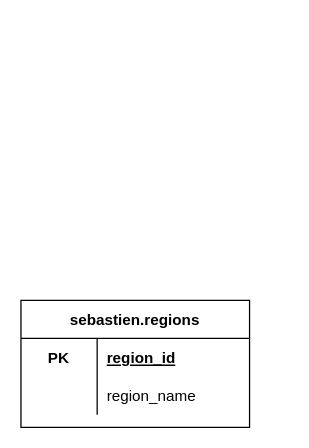
Above: New Diagram.drawio in WSQD3Chimp/Lab-7 (draw.io), before the change. Source tidied: cells renumbered, new cells numbered last; positions are measured from the earlier drawing's top-left corner, leaving out a move shared by most shapes. Both pictures are drawn from the tidied source at 127%, with x=0, y=0 at pixel (20, 300).
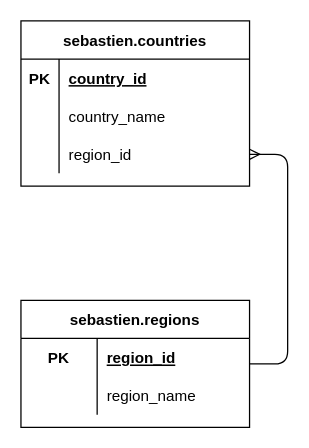
After the change.

Commit message:
added county and a one to many link

The edit, as a diff of the source:
```diff
@@
+    <mxCell id="9" value="sebastien.countries" style="shape=table;startSize=30;childLayout=tableLayout;rowLines=0;fontStyle=1;align=center;" parent="1" vertex="1">
+      <mxGeometry y="-220" width="180" height="130" as="geometry" />
+    </mxCell>
+    <mxCell id="10" style="shape=partialRectangle;fillColor=none;top=0;left=0;bottom=1;right=0;strokeColor=none;" parent="9" vertex="1">
+      <mxGeometry y="30" width="180" height="30" as="geometry" />
+    </mxCell>
+    <mxCell id="11" value="PK" style="shape=partialRectangle;fillColor=none;top=0;left=0;bottom=0;right=0;fontStyle=1;overflow=hidden;" parent="10" vertex="1">
+      <mxGeometry width="30" height="30" as="geometry" />
+    </mxCell>
+    <mxCell id="12" value="country_id" style="shape=partialRectangle;fillColor=none;top=0;left=0;bottom=0;right=0;align=left;spacingLeft=6;fontStyle=5;overflow=hidden;strokeColor=none;" parent="10" vertex="1">
+      <mxGeometry x="30" width="150" height="30" as="geometry" />
+    </mxCell>
+    <mxCell id="13" style="shape=partialRectangle;fillColor=none;top=0;left=0;bottom=0;right=0;" parent="9" vertex="1">
+      <mxGeometry y="60" width="180" height="30" as="geometry" />
+    </mxCell>
+    <mxCell id="14" style="shape=partialRectangle;fillColor=none;top=0;left=0;bottom=0;right=0;overflow=hidden;" parent="13" vertex="1">
+      <mxGeometry width="30" height="30" as="geometry" />
+    </mxCell>
+    <mxCell id="15" value="country_name" style="shape=partialRectangle;fillColor=none;top=0;left=0;bottom=0;right=0;align=left;spacingLeft=6;overflow=hidden;" parent="13" vertex="1">
+      <mxGeometry x="30" width="150" height="30" as="geometry" />
+    </mxCell>
+    <mxCell id="16" style="shape=partialRectangle;fillColor=none;top=0;left=0;bottom=0;right=0;points=[[0,0.5],[1,0.5]];portConstraint=eastwest;" parent="9" vertex="1">
+      <mxGeometry y="90" width="180" height="30" as="geometry" />
+    </mxCell>
+    <mxCell id="17" style="shape=partialRectangle;fillColor=none;top=0;left=0;bottom=0;right=0;overflow=hidden;" parent="16" vertex="1">
+      <mxGeometry width="30" height="30" as="geometry" />
+    </mxCell>
+    <mxCell id="18" value="region_id" style="shape=partialRectangle;fillColor=none;top=0;left=0;bottom=0;right=0;align=left;spacingLeft=6;overflow=hidden;" parent="16" vertex="1">
+      <mxGeometry x="30" width="150" height="30" as="geometry" />
+    </mxCell>
+    <mxCell id="19" style="edgeStyle=entityRelationEdgeStyle;fontSize=12;html=1;endArrow=ERmany;entryX=1;entryY=0.5;entryDx=0;entryDy=0;" parent="1" edge="1" target="16">
+      <mxGeometry relative="1" as="geometry">
+        <mxPoint x="180" y="50" as="sourcePoint" />
+      </mxGeometry>
+    </mxCell>
```
